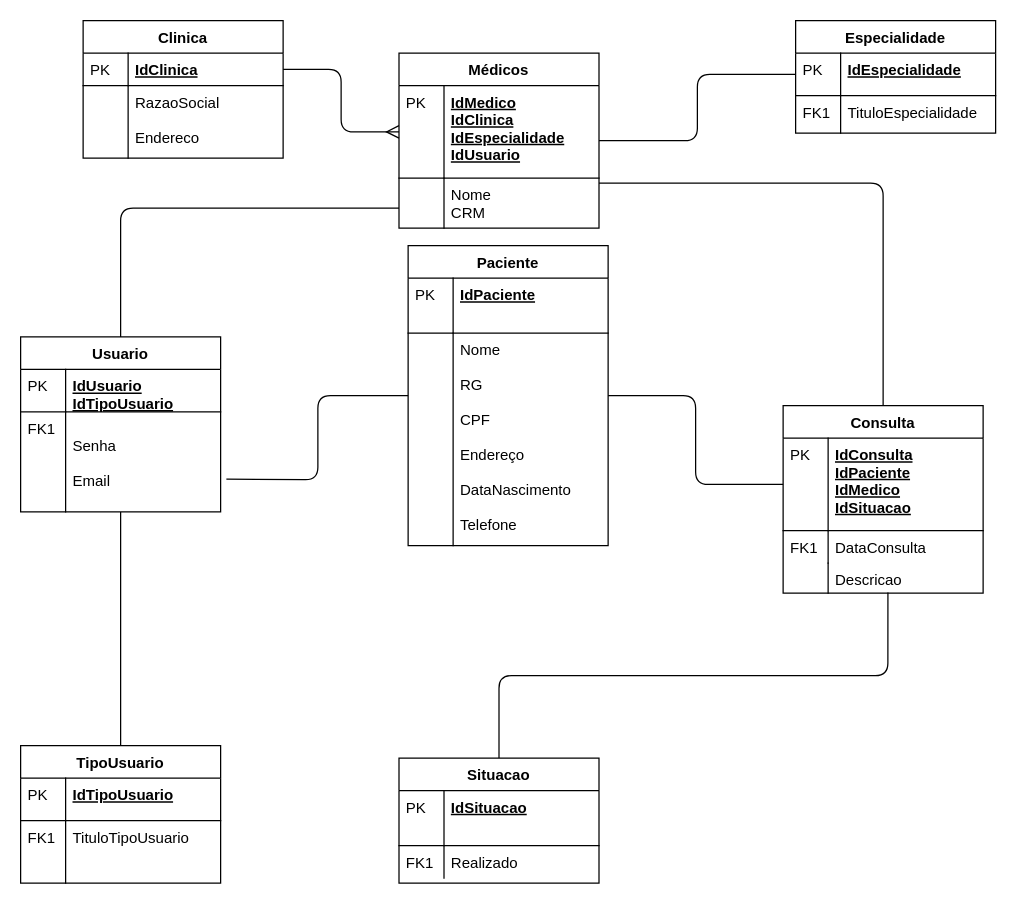
Before: Mer/Modelo Logico spmed.drawio in Nicolas-Freitas/senai_spmedgroup_sprint1_bd_manha_Nicolas, a draw.io diagram. Source tidied: cells renumbered, new cells numbered last; positions are measured from the earlier drawing's top-left corner, leaving out a move shared by most shapes. Both pictures are drawn from the tidied source at 125%, with x=0, y=0 at pixel (20, 20).
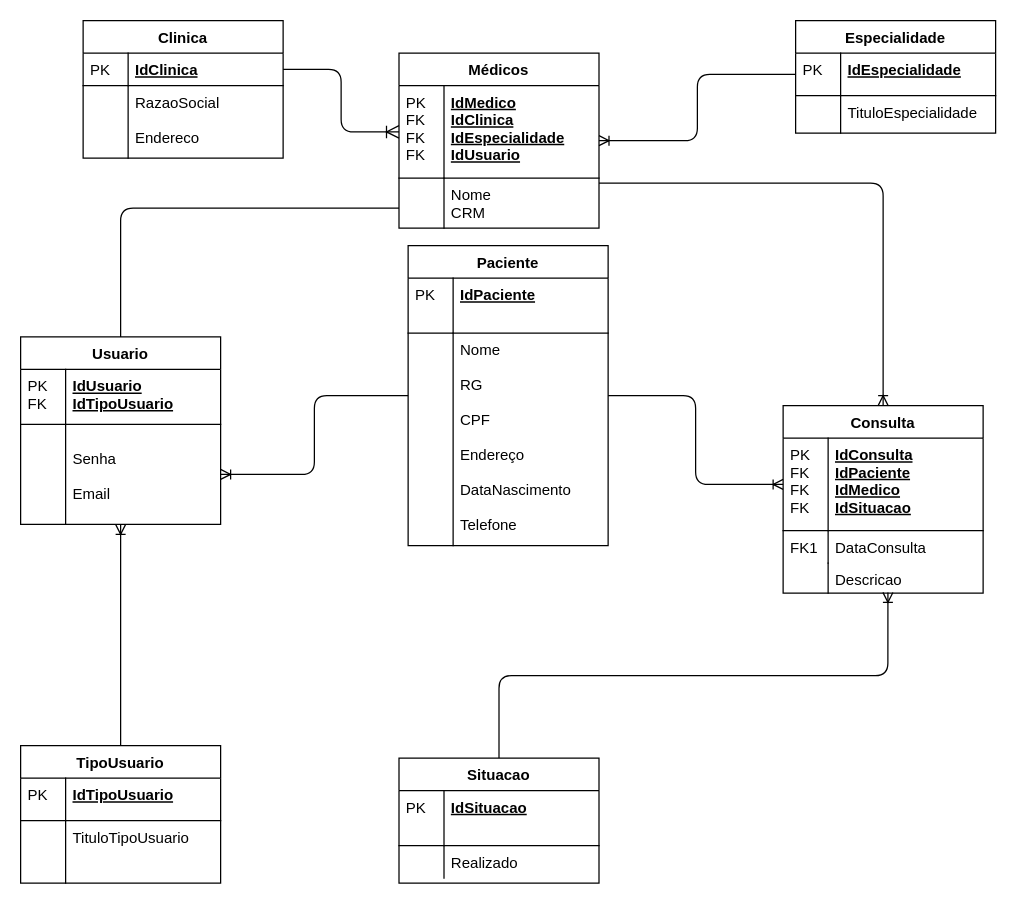
Above is the later version.

The change refers to these unchanged cells:
```xml
<mxCell id="3" value="IdClinica" style="shape=partialRectangle;top=0;left=0;right=0;bottom=1;align=left;verticalAlign=top;fillColor=none;spacingLeft=40;spacingRight=4;overflow=hidden;points=[[0,0.5],[1,0.5]];portConstraint=eastwest;rounded=0;shadow=0;strokeWidth=1;fontStyle=5;" parent="2" vertex="1">
  <mxGeometry y="26" width="160" height="26" as="geometry" />
</mxCell>
<mxCell id="10" value="Médicos" style="swimlane;fontStyle=1;horizontal=1;startSize=26;rounded=0;shadow=0;strokeWidth=1;" parent="1" vertex="1">
  <mxGeometry x="302.7" y="26" width="160" height="140" as="geometry" />
</mxCell>
<mxCell id="11" value="IdMedico&#10;IdClinica&#10;IdEspecialidade&#10;IdUsuario&#10;" style="shape=partialRectangle;top=0;left=0;right=0;bottom=1;align=left;verticalAlign=top;fillColor=none;spacingLeft=40;spacingRight=4;overflow=hidden;points=[[0,0.5],[1,0.5]];portConstraint=eastwest;rounded=0;shadow=0;strokeWidth=1;fontStyle=5;" parent="10" vertex="1">
  <mxGeometry y="26" width="160" height="74" as="geometry" />
</mxCell>
<mxCell id="17" value="IdEspecialidade&#10;" style="shape=partialRectangle;top=0;left=0;right=0;bottom=1;align=left;verticalAlign=top;fillColor=none;spacingLeft=40;spacingRight=4;overflow=hidden;points=[[0,0.5],[1,0.5]];portConstraint=eastwest;rounded=0;shadow=0;strokeWidth=1;fontStyle=5;" parent="16" vertex="1">
  <mxGeometry y="26" width="160" height="34" as="geometry" />
</mxCell>
<mxCell id="19" value="TituloEspecialidade" style="shape=partialRectangle;top=0;left=0;right=0;bottom=0;align=left;verticalAlign=top;fillColor=none;spacingLeft=40;spacingRight=4;overflow=hidden;rounded=0;shadow=0;strokeWidth=1;" parent="16" vertex="1">
  <mxGeometry y="60" width="160" height="30" as="geometry" />
</mxCell>
<mxCell id="23" value="Paciente" style="swimlane;fontStyle=1;horizontal=1;startSize=26;rounded=0;shadow=0;strokeWidth=1;" parent="1" vertex="1">
  <mxGeometry x="310" y="180" width="160" height="240" as="geometry" />
</mxCell>
<mxCell id="28" value="Consulta" style="swimlane;fontStyle=1;horizontal=1;startSize=26;rounded=0;shadow=0;strokeWidth=1;" parent="1" vertex="1">
  <mxGeometry x="610" y="308" width="160" height="150" as="geometry" />
</mxCell>
<mxCell id="29" value="IdConsulta&#10;IdPaciente&#10;IdMedico&#10;IdSituacao&#10;&#10;" style="shape=partialRectangle;top=0;left=0;right=0;bottom=1;align=left;verticalAlign=top;fillColor=none;spacingLeft=40;spacingRight=4;overflow=hidden;points=[[0,0.5],[1,0.5]];portConstraint=eastwest;rounded=0;shadow=0;strokeWidth=1;fontStyle=5;" parent="28" vertex="1">
  <mxGeometry y="26" width="160" height="74" as="geometry" />
</mxCell>
<mxCell id="33" value="Descricao" style="shape=partialRectangle;top=0;left=0;right=0;bottom=0;align=left;verticalAlign=top;fillColor=none;spacingLeft=40;spacingRight=4;overflow=hidden;points=[[0,0.5],[1,0.5]];portConstraint=eastwest;rounded=0;shadow=0;strokeWidth=1;" parent="28" vertex="1">
  <mxGeometry y="126" width="160" height="24" as="geometry" />
</mxCell>
<mxCell id="36" value="Situacao" style="swimlane;fontStyle=1;horizontal=1;startSize=26;rounded=0;shadow=0;strokeWidth=1;" parent="1" vertex="1">
  <mxGeometry x="302.7" y="590" width="160" height="100" as="geometry" />
</mxCell>
<mxCell id="39" value="Realizado" style="shape=partialRectangle;top=0;left=0;right=0;bottom=0;align=left;verticalAlign=top;fillColor=none;spacingLeft=40;spacingRight=4;overflow=hidden;rounded=0;shadow=0;strokeWidth=1;" parent="36" vertex="1">
  <mxGeometry y="70" width="160" height="26" as="geometry" />
</mxCell>
<mxCell id="47" value="TipoUsuario" style="swimlane;fontStyle=1;horizontal=1;startSize=26;rounded=0;shadow=0;strokeWidth=1;" parent="1" vertex="1">
  <mxGeometry y="580" width="160" height="110" as="geometry" />
</mxCell>
<mxCell id="50" value="TituloTipoUsuario" style="shape=partialRectangle;top=0;left=0;right=0;bottom=0;align=left;verticalAlign=top;fillColor=none;spacingLeft=40;spacingRight=4;overflow=hidden;rounded=0;shadow=0;strokeWidth=1;" parent="47" vertex="1">
  <mxGeometry y="60" width="160" height="50" as="geometry" />
</mxCell>
```

The edit, as a diff of the source:
```diff
@@
-    <mxCell id="7" style="edgeStyle=orthogonalEdgeStyle;rounded=1;jettySize=auto;html=1;startArrow=none;startFill=0;endArrow=none;endFill=0;entryX=0;entryY=0.5;entryDx=0;entryDy=0;" parent="1" edge="1" source="10" target="17">
+    <mxCell id="7" style="edgeStyle=orthogonalEdgeStyle;rounded=1;jettySize=auto;html=1;startArrow=ERoneToMany;startFill=0;endArrow=none;endFill=0;entryX=0;entryY=0.5;entryDx=0;entryDy=0;" parent="1" edge="1" source="10" target="17">
       <mxGeometry relative="1" as="geometry" />
     </mxCell>
@@
-    <mxCell id="9" style="edgeStyle=orthogonalEdgeStyle;rounded=1;jettySize=auto;html=1;startArrow=none;startFill=0;endArrow=none;endFill=0;" parent="1" edge="1" source="10" target="28">
+    <mxCell id="9" style="edgeStyle=orthogonalEdgeStyle;rounded=1;jettySize=auto;html=1;startArrow=none;startFill=0;endArrow=ERoneToMany;endFill=0;" parent="1" edge="1" source="10" target="28">
       <mxGeometry relative="1" as="geometry">
         <Array as="points">
           <mxPoint x="690" y="130" />
         </Array>
       </mxGeometry>
     </mxCell>
@@
-    <mxCell id="12" value="PK" style="shape=partialRectangle;top=0;left=0;bottom=0;fillColor=none;align=left;verticalAlign=top;spacingLeft=4;spacingRight=4;overflow=hidden;" parent="11" vertex="1">
+    <mxCell id="12" value="PK&#10;FK&#10;FK&#10;FK" style="shape=partialRectangle;top=0;left=0;bottom=0;fillColor=none;align=left;verticalAlign=top;spacingLeft=4;spacingRight=4;overflow=hidden;" parent="11" vertex="1">
       <mxGeometry width="36" height="74" as="geometry" />
     </mxCell>
@@
-    <mxCell id="15" style="edgeStyle=orthogonalEdgeStyle;endArrow=ERmany;startArrow=none;shadow=0;strokeWidth=1;endSize=8;startSize=8;endFill=0;startFill=0;" parent="1" edge="1" source="3" target="11">
+    <mxCell id="15" style="edgeStyle=orthogonalEdgeStyle;endArrow=ERoneToMany;startArrow=none;shadow=0;strokeWidth=1;endSize=8;startSize=8;endFill=0;startFill=0;" parent="1" edge="1" source="3" target="11">
       <mxGeometry relative="1" as="geometry" />
     </mxCell>
@@
-    <mxCell id="20" value="FK1" style="shape=partialRectangle;top=0;left=0;bottom=0;fillColor=none;align=left;verticalAlign=top;spacingLeft=4;spacingRight=4;overflow=hidden;" parent="19" vertex="1">
+    <mxCell id="20" style="shape=partialRectangle;top=0;left=0;bottom=0;fillColor=none;align=left;verticalAlign=top;spacingLeft=4;spacingRight=4;overflow=hidden;" parent="19" vertex="1">
       <mxGeometry width="36" height="30" as="geometry" />
     </mxCell>
-    <mxCell id="21" style="edgeStyle=orthogonalEdgeStyle;rounded=1;jettySize=auto;html=1;entryX=0;entryY=0.5;entryDx=0;entryDy=0;startArrow=none;startFill=0;endArrow=none;endFill=0;" parent="1" edge="1" source="23" target="29">
+    <mxCell id="21" style="edgeStyle=orthogonalEdgeStyle;rounded=1;jettySize=auto;html=1;entryX=0;entryY=0.5;entryDx=0;entryDy=0;startArrow=none;startFill=0;endArrow=ERoneToMany;endFill=0;" parent="1" edge="1" source="23" target="29">
       <mxGeometry relative="1" as="geometry" />
     </mxCell>
-    <mxCell id="22" style="edgeStyle=orthogonalEdgeStyle;rounded=1;jettySize=auto;html=1;entryX=1.029;entryY=0.058;entryDx=0;entryDy=0;entryPerimeter=0;startArrow=none;startFill=0;endArrow=none;endFill=0;" parent="1" edge="1" source="23">
-      <mxGeometry relative="1" as="geometry">
-        <mxPoint x="164.6" y="366.8" as="targetPoint" />
-      </mxGeometry>
+    <mxCell id="22" style="edgeStyle=orthogonalEdgeStyle;rounded=1;jettySize=auto;html=1;startArrow=none;startFill=0;endArrow=ERoneToMany;endFill=0;" parent="1" edge="1" source="23" target="45">
+      <mxGeometry relative="1" as="geometry" />
     </mxCell>
@@
-    <mxCell id="30" value="PK" style="shape=partialRectangle;top=0;left=0;bottom=0;fillColor=none;align=left;verticalAlign=top;spacingLeft=4;spacingRight=4;overflow=hidden;" parent="29" vertex="1">
+    <mxCell id="30" value="PK&#10;FK&#10;FK&#10;FK" style="shape=partialRectangle;top=0;left=0;bottom=0;fillColor=none;align=left;verticalAlign=top;spacingLeft=4;spacingRight=4;overflow=hidden;" parent="29" vertex="1">
       <mxGeometry width="36" height="74" as="geometry" />
     </mxCell>
@@
-    <mxCell id="35" style="edgeStyle=orthogonalEdgeStyle;rounded=1;jettySize=auto;html=1;entryX=0.524;entryY=0.976;entryDx=0;entryDy=0;entryPerimeter=0;startArrow=none;startFill=0;endArrow=none;endFill=0;" parent="1" edge="1" source="36" target="33">
+    <mxCell id="35" style="edgeStyle=orthogonalEdgeStyle;rounded=1;jettySize=auto;html=1;entryX=0.524;entryY=0.976;entryDx=0;entryDy=0;entryPerimeter=0;startArrow=none;startFill=0;endArrow=ERoneToMany;endFill=0;" parent="1" edge="1" source="36" target="33">
       <mxGeometry relative="1" as="geometry" />
     </mxCell>
@@
-    <mxCell id="40" value="FK1" style="shape=partialRectangle;top=0;left=0;bottom=0;fillColor=none;align=left;verticalAlign=top;spacingLeft=4;spacingRight=4;overflow=hidden;" parent="39" vertex="1">
+    <mxCell id="40" style="shape=partialRectangle;top=0;left=0;bottom=0;fillColor=none;align=left;verticalAlign=top;spacingLeft=4;spacingRight=4;overflow=hidden;" parent="39" vertex="1">
       <mxGeometry width="36" height="26" as="geometry" />
     </mxCell>
-    <mxCell id="41" style="edgeStyle=orthogonalEdgeStyle;rounded=1;jettySize=auto;html=1;entryX=0.5;entryY=0;entryDx=0;entryDy=0;startArrow=none;startFill=0;endArrow=none;endFill=0;" parent="1" edge="1" source="42" target="47">
+    <mxCell id="41" style="edgeStyle=orthogonalEdgeStyle;rounded=1;jettySize=auto;html=1;entryX=0.5;entryY=0;entryDx=0;entryDy=0;startArrow=ERoneToMany;startFill=0;endArrow=none;endFill=0;" parent="1" edge="1" source="42" target="47">
       <mxGeometry relative="1" as="geometry" />
     </mxCell>
     <mxCell id="42" value="Usuario" style="swimlane;fontStyle=1;horizontal=1;startSize=26;rounded=0;shadow=0;strokeWidth=1;" parent="1" vertex="1">
-      <mxGeometry y="253" width="160" height="140" as="geometry" />
+      <mxGeometry y="253" width="160" height="150" as="geometry" />
     </mxCell>
     <mxCell id="43" value="IdUsuario&#10;IdTipoUsuario" style="shape=partialRectangle;top=0;left=0;right=0;bottom=1;align=left;verticalAlign=top;fillColor=none;spacingLeft=40;spacingRight=4;overflow=hidden;rounded=0;shadow=0;strokeWidth=1;fontStyle=5;" parent="42" vertex="1">
-      <mxGeometry y="26" width="160" height="34" as="geometry" />
+      <mxGeometry y="26" width="160" height="44" as="geometry" />
     </mxCell>
-    <mxCell id="44" value="PK" style="shape=partialRectangle;top=0;left=0;bottom=0;fillColor=none;align=left;verticalAlign=top;spacingLeft=4;spacingRight=4;overflow=hidden;" parent="43" vertex="1">
-      <mxGeometry width="36" height="34" as="geometry" />
+    <mxCell id="44" value="PK&#10;FK" style="shape=partialRectangle;top=0;left=0;bottom=0;fillColor=none;align=left;verticalAlign=top;spacingLeft=4;spacingRight=4;overflow=hidden;" parent="43" vertex="1">
+      <mxGeometry width="36" height="44" as="geometry" />
     </mxCell>
     <mxCell id="45" value="&#10;Senha&#10;&#10;Email" style="shape=partialRectangle;top=0;left=0;right=0;bottom=0;align=left;verticalAlign=top;fillColor=none;spacingLeft=40;spacingRight=4;overflow=hidden;points=[[0,0.5],[1,0.5]];portConstraint=eastwest;rounded=0;shadow=0;strokeWidth=1;" parent="42" vertex="1">
-      <mxGeometry y="60" width="160" height="80" as="geometry" />
+      <mxGeometry y="70" width="160" height="80" as="geometry" />
     </mxCell>
-    <mxCell id="46" value="FK1" style="shape=partialRectangle;top=0;left=0;bottom=0;fillColor=none;align=left;verticalAlign=top;spacingLeft=4;spacingRight=4;overflow=hidden;" parent="45" vertex="1">
+    <mxCell id="46" style="shape=partialRectangle;top=0;left=0;bottom=0;fillColor=none;align=left;verticalAlign=top;spacingLeft=4;spacingRight=4;overflow=hidden;" parent="45" vertex="1">
       <mxGeometry width="36" height="80" as="geometry" />
     </mxCell>
@@
-    <mxCell id="51" value="FK1" style="shape=partialRectangle;top=0;left=0;bottom=0;fillColor=none;align=left;verticalAlign=top;spacingLeft=4;spacingRight=4;overflow=hidden;" parent="50" vertex="1">
+    <mxCell id="51" style="shape=partialRectangle;top=0;left=0;bottom=0;fillColor=none;align=left;verticalAlign=top;spacingLeft=4;spacingRight=4;overflow=hidden;" parent="50" vertex="1">
       <mxGeometry width="36" height="50" as="geometry" />
     </mxCell>
```
